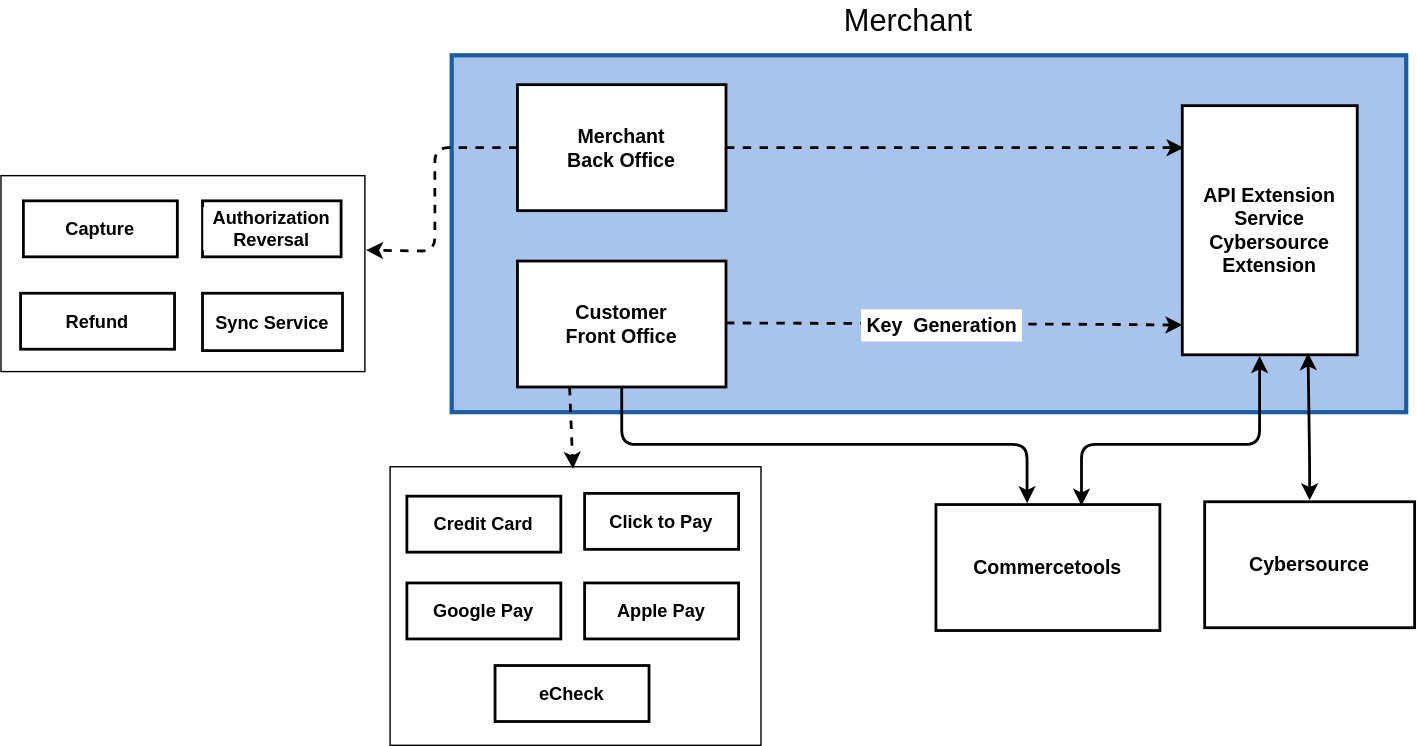
Earlier version of the draw.io export docs/images/High-Level-Architecture.svg (CyberSource/cybersource-plugins-commercetools). Source tidied: cells renumbered, new cells last; positions are measured from the earlier drawing's top-left corner, leaving out a move shared by most shapes.
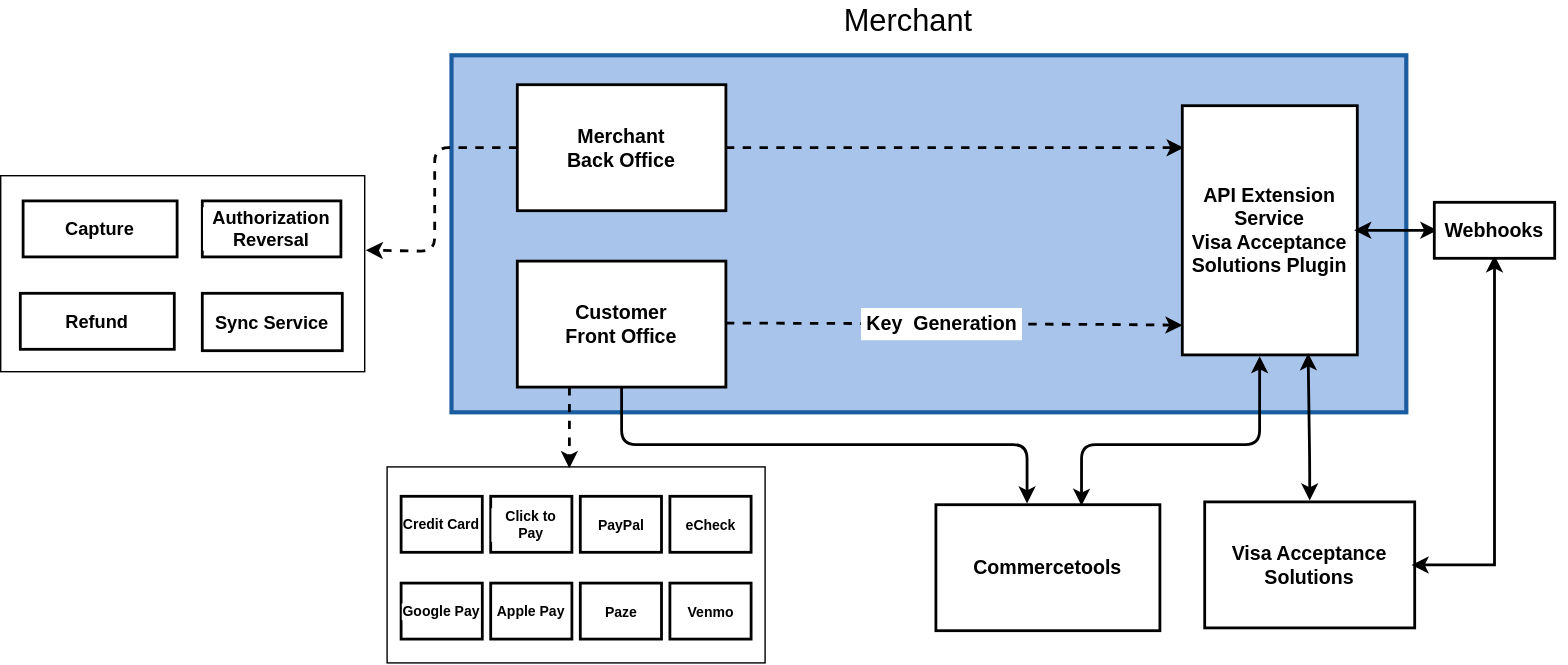
Later version of the same file.

What changed in the source:
```diff
@@ -32,7 +32,7 @@
       </mxGeometry>
     </mxCell>
     <mxCell id="8" style="rounded=0;whiteSpace=wrap;html=1;labelBackgroundColor=#FFFFFF;fontSize=14;" parent="1" vertex="1">
-      <mxGeometry x="278" y="333" width="265" height="199" as="geometry" />
+      <mxGeometry x="278" y="333" width="260" height="140" as="geometry" />
     </mxCell>
     <mxCell id="9" style="edgeStyle=orthogonalEdgeStyle;rounded=1;jumpStyle=arc;jumpSize=20;jettySize=auto;html=1;exitX=0.407;exitY=-0.01;exitDx=0;exitDy=0;fontSize=22;startArrow=classic;startFill=1;endArrow=none;endFill=0;strokeColor=#000000;strokeWidth=2;entryX=0.5;entryY=1;entryDx=0;entryDy=0;exitPerimeter=0;" parent="1" edge="1" source="10" target="5">
       <mxGeometry relative="1" as="geometry">
@@ -112,8 +112,5 @@
         <mxPoint x="845" y="105" as="targetPoint" />
       </mxGeometry>
     </mxCell>
-    <mxCell id="28" value="&lt;b&gt;eCheck&lt;/b&gt;" style="rounded=0;whiteSpace=wrap;html=1;labelBackgroundColor=#FFFFFF;fontSize=13;strokeWidth=2;" parent="1" vertex="1">
-      <mxGeometry x="353" y="475" width="110" height="40" as="geometry" />
-    </mxCell>
   </root>
 </mxGraphModel>
```
